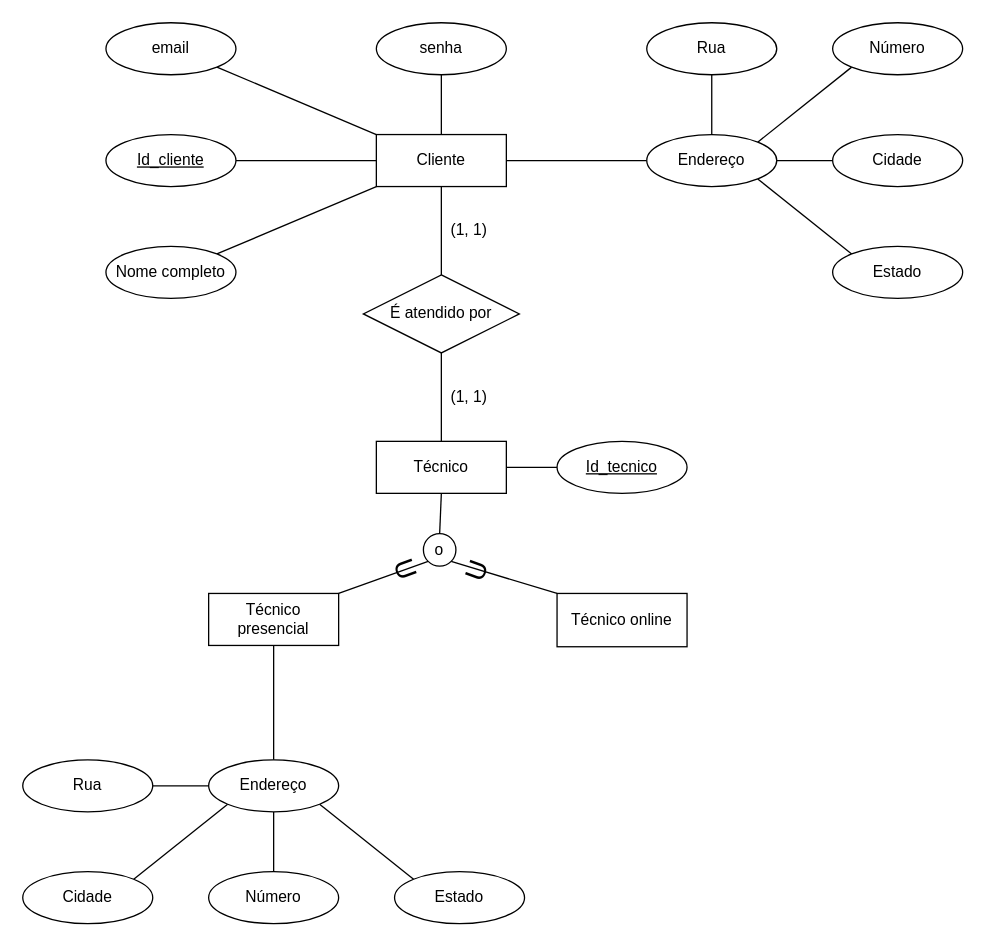
The draw.io diagram page "Diagrama ER" (2 of 4) of Project diagrams and requirements/Tech assistance.drawio in felipepmoreno/Tech-assistanceSoftware, before the edit. Source tidied: cells renumbered, new cells numbered last; positions are measured from the earlier drawing's top-left corner, leaving out a move shared by most shapes. Both pictures are drawn from the tidied source at 130%, with x=0, y=0 at pixel (22, 22).
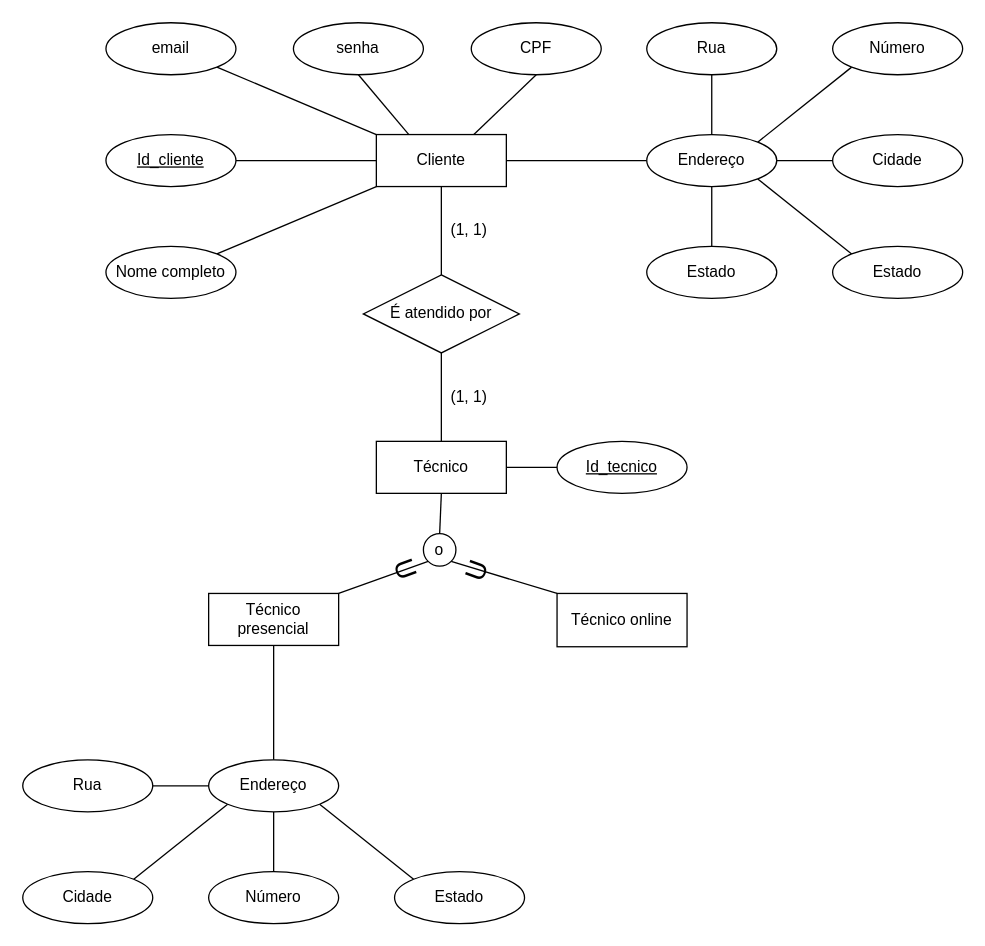
Above is the later version.

Unchanged cells that the change refers to:
```xml
<mxCell id="8" value="Cliente" style="whiteSpace=wrap;html=1;align=center;" parent="1" vertex="1">
  <mxGeometry x="272" y="86" width="100" height="40" as="geometry" />
</mxCell>
<mxCell id="16" value="Endereço" style="ellipse;whiteSpace=wrap;html=1;align=center;" parent="1" vertex="1">
  <mxGeometry x="480" y="86" width="100" height="40" as="geometry" />
</mxCell>
```

The edit, as a diff of the source:
```diff
@@
-    <mxCell id="4" style="edgeStyle=none;rounded=0;jettySize=auto;html=1;exitX=0.5;exitY=0;exitDx=0;exitDy=0;entryX=0.5;entryY=1;entryDx=0;entryDy=0;endArrow=none;endFill=0;" parent="1" edge="1" source="8" target="11">
+    <mxCell id="4" style="edgeStyle=none;rounded=0;jettySize=auto;html=1;exitX=0.25;exitY=0;exitDx=0;exitDy=0;entryX=0.5;entryY=1;entryDx=0;entryDy=0;endArrow=none;endFill=0;" parent="1" edge="1" source="8" target="11">
       <mxGeometry relative="1" as="geometry" />
     </mxCell>
@@
     <mxCell id="11" value="senha" style="ellipse;whiteSpace=wrap;html=1;align=center;" parent="1" vertex="1">
-      <mxGeometry x="272" width="100" height="40" as="geometry" />
+      <mxGeometry x="208.2" width="100" height="40" as="geometry" />
     </mxCell>
@@
+    <mxCell id="47" value="CPF" style="ellipse;whiteSpace=wrap;html=1;align=center;" parent="1" vertex="1">
+      <mxGeometry x="345" width="100" height="40" as="geometry" />
+    </mxCell>
+    <mxCell id="48" style="endArrow=none;html=1;exitX=0.75;exitY=0;exitDx=0;exitDy=0;entryX=0.5;entryY=1;entryDx=0;entryDy=0;" parent="1" edge="1" source="8" target="47">
+      <mxGeometry relative="1" as="geometry" />
+    </mxCell>
+    <mxCell id="49" value="Estado" style="ellipse;whiteSpace=wrap;html=1;align=center;" parent="1" vertex="1">
+      <mxGeometry x="480" y="172" width="100" height="40" as="geometry" />
+    </mxCell>
+    <mxCell id="50" style="endArrow=none;html=1;exitX=0.5;exitY=0;exitDx=0;exitDy=0;entryX=0.5;entryY=1;entryDx=0;entryDy=0;" parent="1" edge="1" source="49" target="16">
+      <mxGeometry relative="1" as="geometry" />
+    </mxCell>
```
